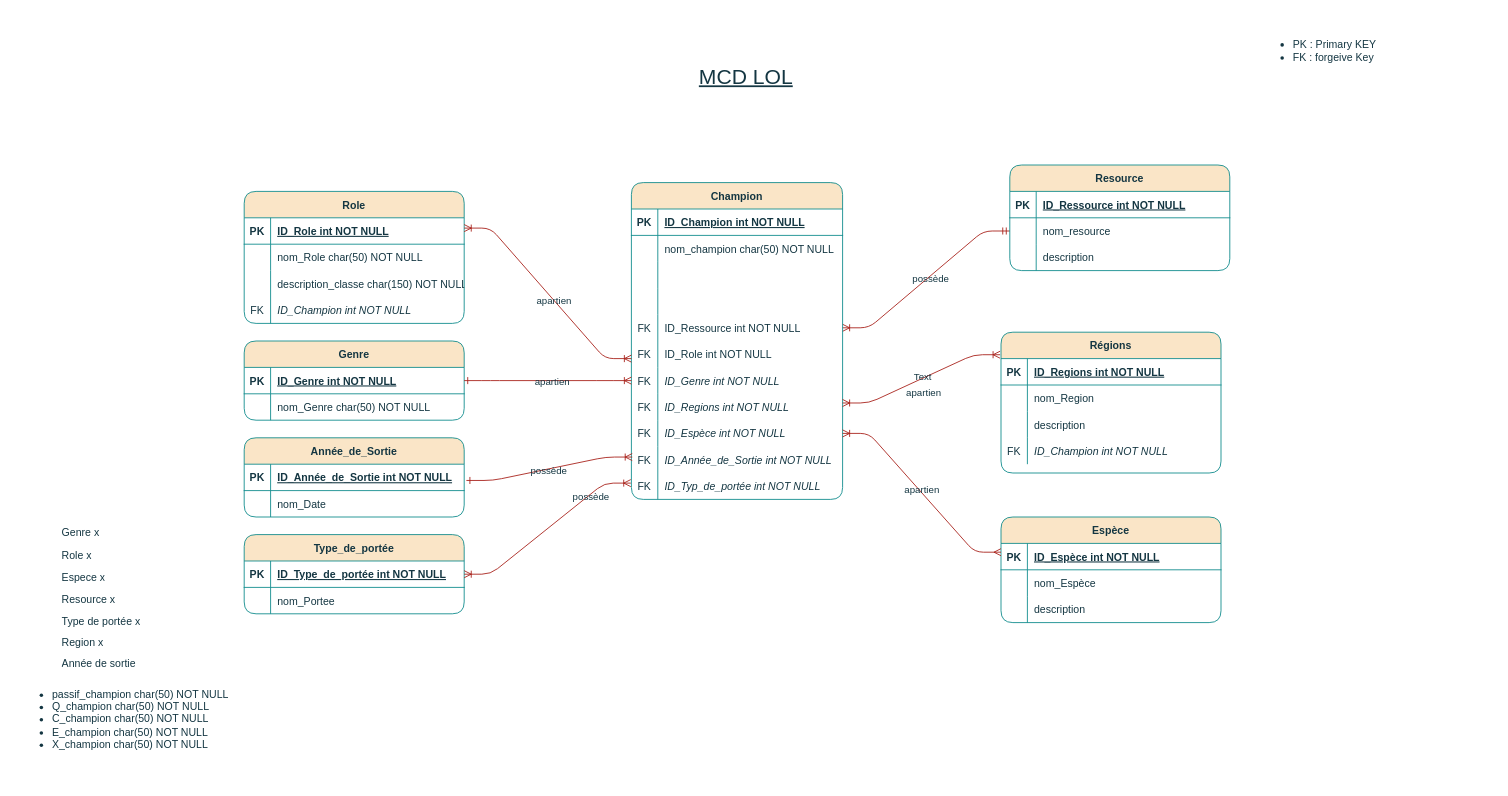
Before: MCD_LOLdle.drawio in CamilleSimon/BTS2-CIEL-IR-MCD-2024-2025, a draw.io diagram. Source tidied: cells renumbered, new cells numbered last; positions are measured from the earlier drawing's top-left corner, leaving out a move shared by most shapes. Both pictures are drawn from the tidied source at 88%, with x=0, y=0 at pixel (15, 15).
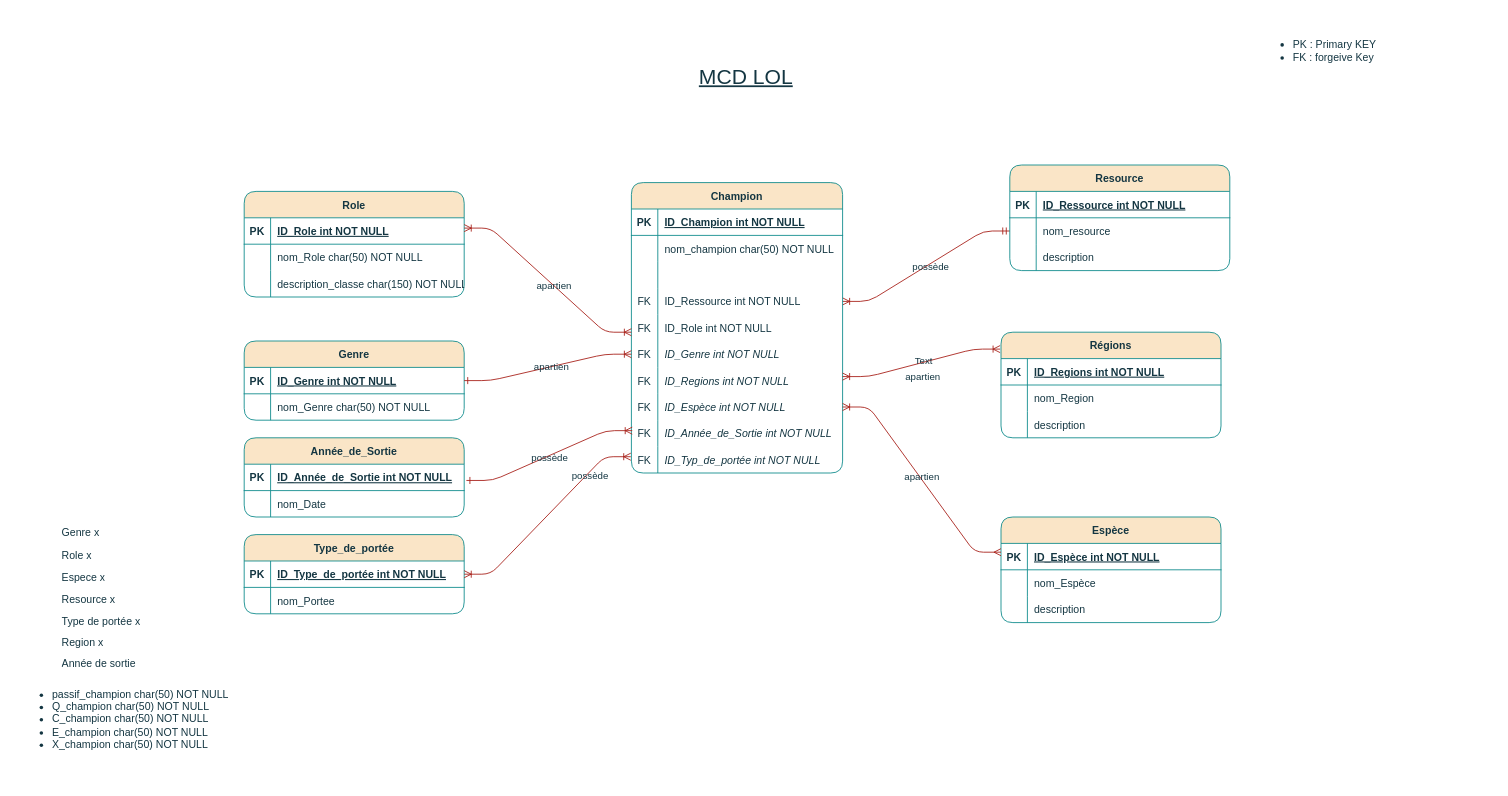
The same diagram, later.

Commit message (it also covers changes not shown here):
Mettre à jour MCD_LOLdle.drawio

Diff of the diagram source:
```diff
@@
     <mxCell id="14" value="Champion" style="shape=table;startSize=30;childLayout=tableLayout;rowLines=0;fontStyle=1;align=center;rounded=1;labelBackgroundColor=none;fillColor=#FAE5C7;strokeColor=#0F8B8D;fontColor=#143642;" parent="1" vertex="1">
-      <mxGeometry x="700" y="190" width="240" height="360" as="geometry" />
+      <mxGeometry x="700" y="190" width="240" height="330" as="geometry" />
     </mxCell>
@@
-    <mxCell id="24" style="shape=partialRectangle;fillColor=none;top=0;left=0;right=0;bottom=0;rounded=1;labelBackgroundColor=none;strokeColor=#0F8B8D;fontColor=#143642;" parent="14" vertex="1">
-      <mxGeometry y="120" width="240" height="30" as="geometry" />
-    </mxCell>
-    <mxCell id="25" style="shape=partialRectangle;overflow=hidden;fillColor=none;top=0;left=0;bottom=0;right=0;rounded=1;labelBackgroundColor=none;strokeColor=#0F8B8D;fontColor=#143642;" parent="24" vertex="1">
-      <mxGeometry width="30" height="30" as="geometry" />
-    </mxCell>
-    <mxCell id="26" style="shape=partialRectangle;overflow=hidden;fillColor=none;top=0;left=0;bottom=0;right=0;align=left;spacingLeft=6;rounded=1;labelBackgroundColor=none;strokeColor=#0F8B8D;fontColor=#143642;" parent="24" vertex="1">
-      <mxGeometry x="30" width="210" height="30" as="geometry" />
-    </mxCell>
     <mxCell id="27" style="shape=partialRectangle;fillColor=none;points=[[0,0.5],[1,0.5]];portConstraint=eastwest;top=0;left=0;right=0;bottom=0;rounded=1;labelBackgroundColor=none;strokeColor=#0F8B8D;fontColor=#143642;" parent="14" vertex="1">
-      <mxGeometry y="150" width="240" height="30" as="geometry" />
+      <mxGeometry y="120" width="240" height="30" as="geometry" />
     </mxCell>
@@
     <mxCell id="30" style="shape=partialRectangle;fillColor=none;points=[[0,0.5],[1,0.5]];portConstraint=eastwest;top=0;left=0;right=0;bottom=0;rounded=1;labelBackgroundColor=none;strokeColor=#0F8B8D;fontColor=#143642;" parent="14" vertex="1">
-      <mxGeometry y="180" width="240" height="30" as="geometry" />
+      <mxGeometry y="150" width="240" height="30" as="geometry" />
     </mxCell>
@@
     <mxCell id="33" style="shape=partialRectangle;fillColor=none;points=[[0,0.5],[1,0.5]];portConstraint=eastwest;top=0;left=0;right=0;bottom=0;rounded=1;labelBackgroundColor=none;strokeColor=#0F8B8D;fontColor=#143642;" parent="14" vertex="1">
-      <mxGeometry y="210" width="240" height="30" as="geometry" />
+      <mxGeometry y="180" width="240" height="30" as="geometry" />
     </mxCell>
@@
     <mxCell id="36" style="shape=partialRectangle;fillColor=none;points=[[0,0.5],[1,0.5]];portConstraint=eastwest;top=0;left=0;right=0;bottom=0;rounded=1;labelBackgroundColor=none;strokeColor=#0F8B8D;fontColor=#143642;" parent="14" vertex="1">
-      <mxGeometry y="240" width="240" height="30" as="geometry" />
+      <mxGeometry y="210" width="240" height="30" as="geometry" />
     </mxCell>
@@
     <mxCell id="39" style="shape=partialRectangle;fillColor=none;points=[[0,0.5],[1,0.5]];portConstraint=eastwest;top=0;left=0;right=0;bottom=0;rounded=1;labelBackgroundColor=none;strokeColor=#0F8B8D;fontColor=#143642;" parent="14" vertex="1">
-      <mxGeometry y="270" width="240" height="30" as="geometry" />
+      <mxGeometry y="240" width="240" height="30" as="geometry" />
     </mxCell>
@@
     <mxCell id="42" style="shape=partialRectangle;fillColor=none;points=[[0,0.5],[1,0.5]];portConstraint=eastwest;top=0;left=0;right=0;bottom=0;rounded=1;labelBackgroundColor=none;strokeColor=#0F8B8D;fontColor=#143642;" parent="14" vertex="1">
-      <mxGeometry y="300" width="240" height="30" as="geometry" />
+      <mxGeometry y="270" width="240" height="30" as="geometry" />
     </mxCell>
@@
     <mxCell id="45" style="shape=partialRectangle;fillColor=none;points=[[0,0.5],[1,0.5]];portConstraint=eastwest;top=0;left=0;right=0;bottom=0;rounded=1;labelBackgroundColor=none;strokeColor=#0F8B8D;fontColor=#143642;" parent="14" vertex="1">
-      <mxGeometry y="330" width="240" height="30" as="geometry" />
+      <mxGeometry y="300" width="240" height="30" as="geometry" />
     </mxCell>
@@
     <mxCell id="48" value="Role" style="shape=table;startSize=30;childLayout=tableLayout;rowLines=0;fontStyle=1;align=center;rounded=1;labelBackgroundColor=none;fillColor=#FAE5C7;strokeColor=#0F8B8D;fontColor=#143642;" parent="1" vertex="1">
-      <mxGeometry x="260" y="200" width="250" height="150" as="geometry" />
+      <mxGeometry x="260" y="200" width="250" height="120" as="geometry" />
     </mxCell>
@@
-    <mxCell id="58" style="shape=partialRectangle;fillColor=none;top=0;left=0;right=0;bottom=0;rounded=1;labelBackgroundColor=none;strokeColor=#0F8B8D;fontColor=#143642;" parent="48" vertex="1">
-      <mxGeometry y="120" width="250" height="30" as="geometry" />
-    </mxCell>
-    <mxCell id="59" value="FK" style="shape=partialRectangle;overflow=hidden;fillColor=none;top=0;left=0;bottom=0;right=0;rounded=1;labelBackgroundColor=none;strokeColor=#0F8B8D;fontColor=#143642;" parent="58" vertex="1">
-      <mxGeometry width="30" height="30" as="geometry" />
-    </mxCell>
-    <mxCell id="60" value="ID_Champion int NOT NULL" style="shape=partialRectangle;overflow=hidden;fillColor=none;top=0;left=0;bottom=0;right=0;align=left;spacingLeft=6;fontStyle=2;rounded=1;labelBackgroundColor=none;strokeColor=#0F8B8D;fontColor=#143642;" parent="58" vertex="1">
-      <mxGeometry x="30" width="220" height="30" as="geometry" />
-    </mxCell>
@@
     <mxCell id="65" value="Régions" style="shape=table;startSize=30;childLayout=tableLayout;rowLines=0;fontStyle=1;align=center;rounded=1;labelBackgroundColor=none;fillColor=#FAE5C7;strokeColor=#0F8B8D;fontColor=#143642;" parent="1" vertex="1">
-      <mxGeometry x="1120" y="360" width="250" height="160" as="geometry" />
+      <mxGeometry x="1120" y="360" width="250" height="120" as="geometry" />
     </mxCell>
@@
-    <mxCell id="75" style="shape=partialRectangle;fillColor=none;top=0;left=0;right=0;bottom=0;rounded=1;labelBackgroundColor=none;strokeColor=#0F8B8D;fontColor=#143642;" parent="65" vertex="1">
-      <mxGeometry y="120" width="250" height="30" as="geometry" />
-    </mxCell>
-    <mxCell id="76" value="FK" style="shape=partialRectangle;overflow=hidden;fillColor=none;top=0;left=0;bottom=0;right=0;rounded=1;labelBackgroundColor=none;strokeColor=#0F8B8D;fontColor=#143642;" parent="75" vertex="1">
-      <mxGeometry width="30" height="30" as="geometry" />
-    </mxCell>
-    <mxCell id="77" value="ID_Champion int NOT NULL" style="shape=partialRectangle;overflow=hidden;fillColor=none;top=0;left=0;bottom=0;right=0;align=left;spacingLeft=6;fontStyle=2;rounded=1;labelBackgroundColor=none;strokeColor=#0F8B8D;fontColor=#143642;" parent="75" vertex="1">
-      <mxGeometry x="30" width="220" height="30" as="geometry" />
-    </mxCell>
```
